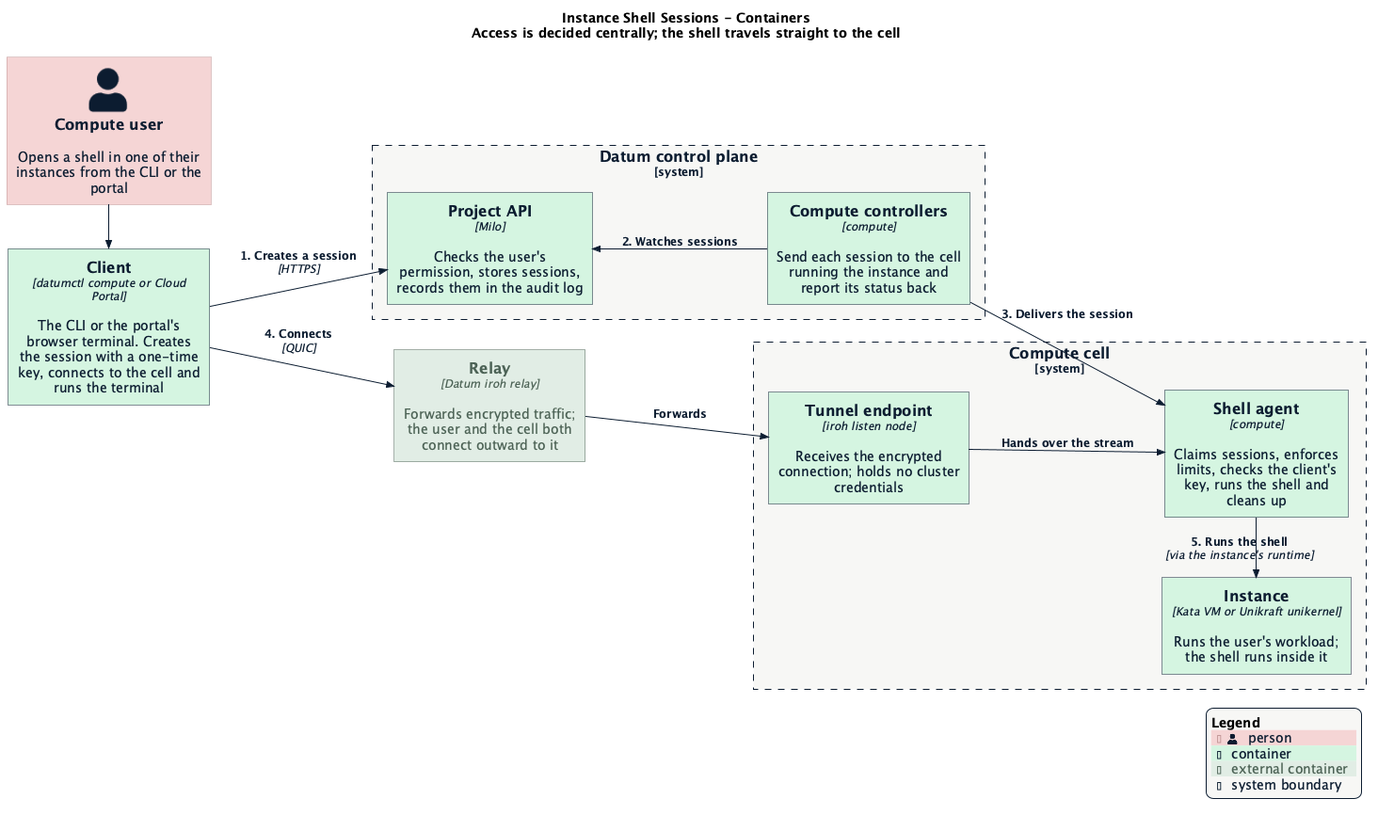
datum-cloud/compute keeps this PlantUML diagram as docs/enhancements/instance-shell-sessions/c4-container-diagram.png. Above is the earlier version.
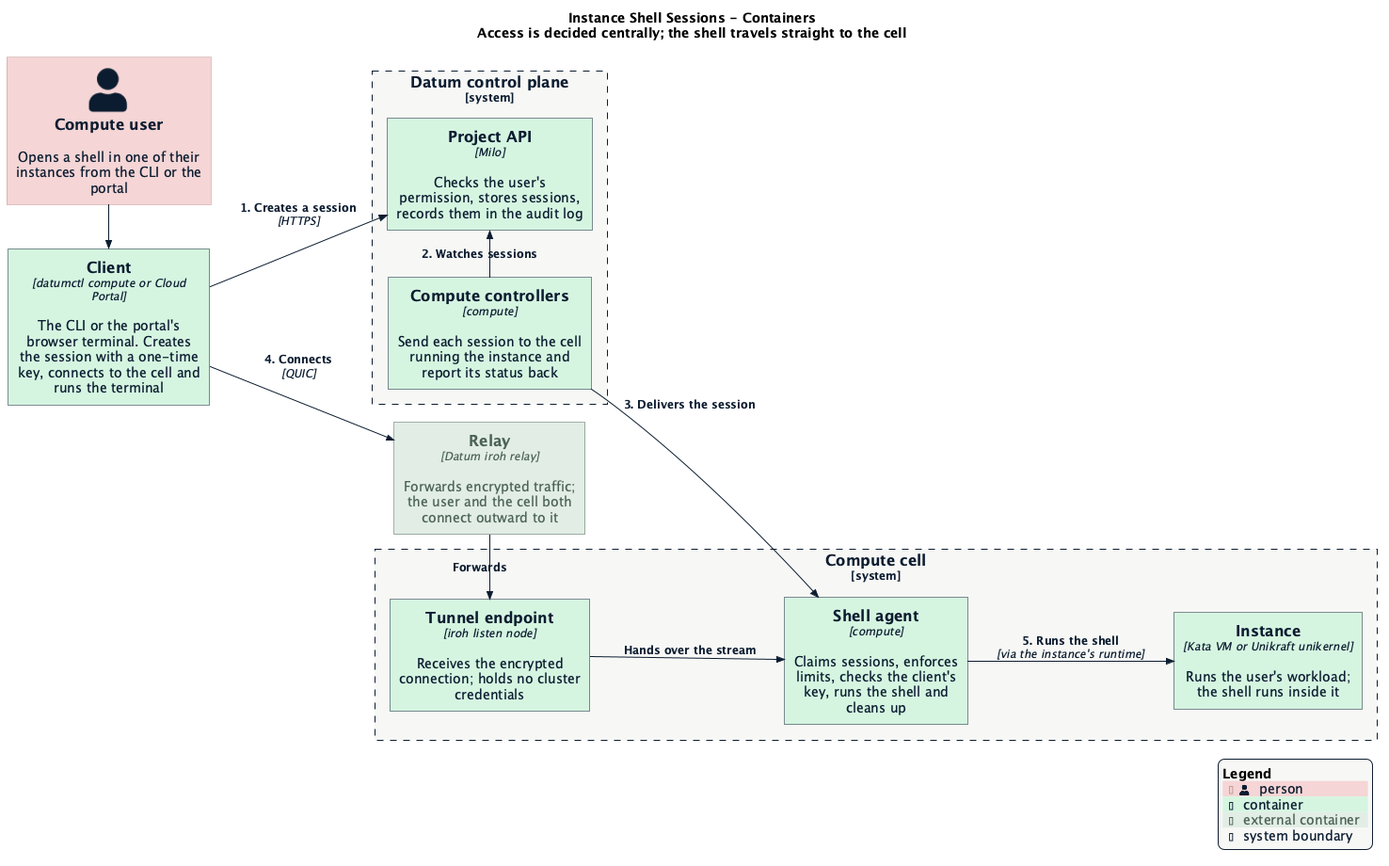
Later version of the same file.

Commit message:
docs: stack the control plane and drop the relay onto the cell

Place the Project API above the compute controllers and the relay above
the tunnel endpoint it forwards to, keeping the diagram landscape.

The edit, as a diff of the source:
```diff
@@ -26,12 +26,12 @@
 
 Rel_R(user, client, "")
 Rel(client, api, "1. Creates a session", "HTTPS")
-Rel_Back(api, fed, "2. Watches sessions")
+Rel_R(fed, api, "2. Watches sessions")
 Rel(fed, agent, "3. Delivers the session")
 Rel(client, relay, "4. Connects", "QUIC")
-Rel(relay, listen, "Forwards")
+Rel_L(relay, listen, "Forwards")
 Rel(listen, agent, "Hands over the stream")
-Rel_L(agent, instance, "5. Runs the shell", "via the instance's runtime")
+Rel(agent, instance, "5. Runs the shell", "via the instance's runtime")
 
 SHOW_LEGEND()
 @enduml
```
